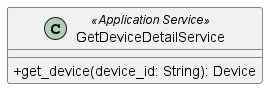
Earlier version of the PlantUML export src/PB/DocumentazioneEsterna/Specifica_Tecnica/content/uml/png/GetDeviceDetail/GetDeviceDetailService.png (GroupRubberDuck/Documentazione). Source of this version:
```plantuml
@startuml GetDeviceDetailService
skinparam classAttributeIconSize 0
class GetDeviceDetailService <<Application Service>> {
    + get_device(device_id: String): Device
}

@enduml
```
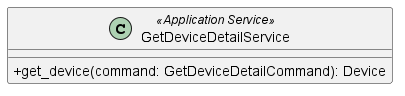
After the change.

The edit, as a diff of the source:
```diff
@@ -1,7 +1,7 @@
 @startuml GetDeviceDetailService
 skinparam classAttributeIconSize 0
 class GetDeviceDetailService <<Application Service>> {
-    + get_device(device_id: String): Device
+    + get_device(command: GetDeviceDetailCommand): Device
 }
 
 @enduml
```
